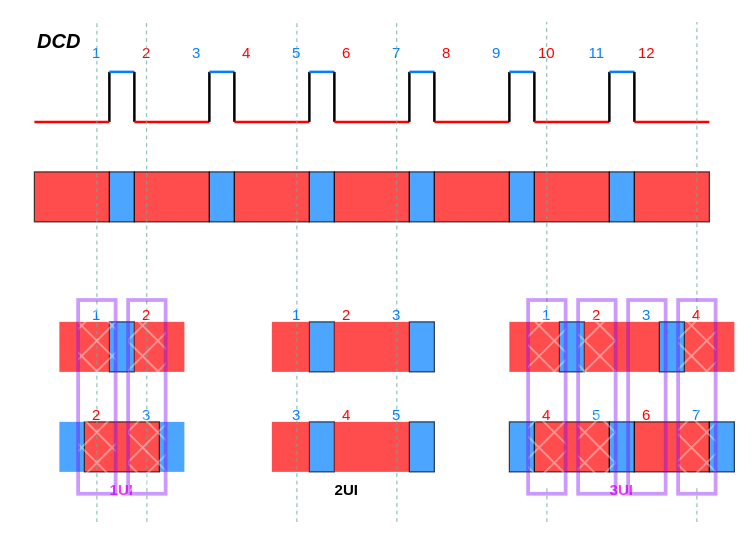
This is source/_posts/link-mdl/dcd.drawio from raytroop/raytroop.github.io, a draw.io file, before an edit. Source tidied: cells renumbered, new cells numbered last; positions are measured from the earlier drawing's top-left corner, leaving out a move shared by most shapes. Both pictures are drawn from the tidied source at 125%, with x=0, y=0 at pixel (21, 21).
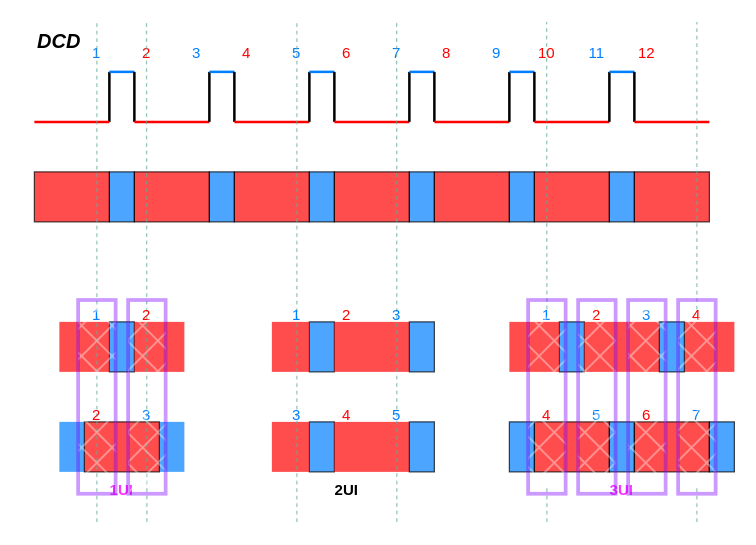
The same diagram, later.

Diff of the diagram source:
```diff
@@
-    <mxCell id="110" style="rounded=0;whiteSpace=wrap;html=1;fillColor=none;opacity=40;strokeColor=#7F00FF;strokeWidth=3;" parent="1" vertex="1">
+    <mxCell id="110" style="rounded=0;whiteSpace=wrap;html=1;fillColor=default;opacity=40;strokeColor=#7F00FF;strokeWidth=3;fillStyle=cross-hatch;" parent="1" vertex="1">
       <mxGeometry x="485" y="222.5" width="30" height="155" as="geometry" />
     </mxCell>
```
